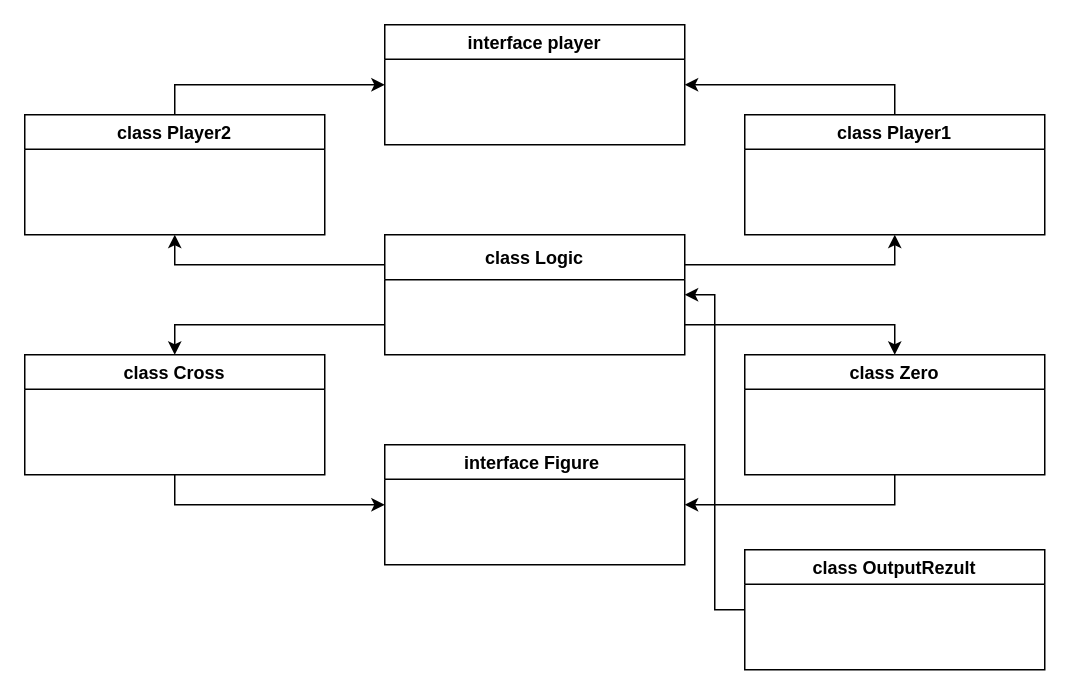
Dm-prog/job4j_design keeps this draw.io diagram as Крестики-нолики.drawio. Above is the earlier version. Source tidied: cells renumbered, new cells numbered last; positions are measured from the earlier drawing's top-left corner, leaving out a move shared by most shapes. Both pictures are drawn from the tidied source at 150%, with x=0, y=0 at pixel (24, 24).
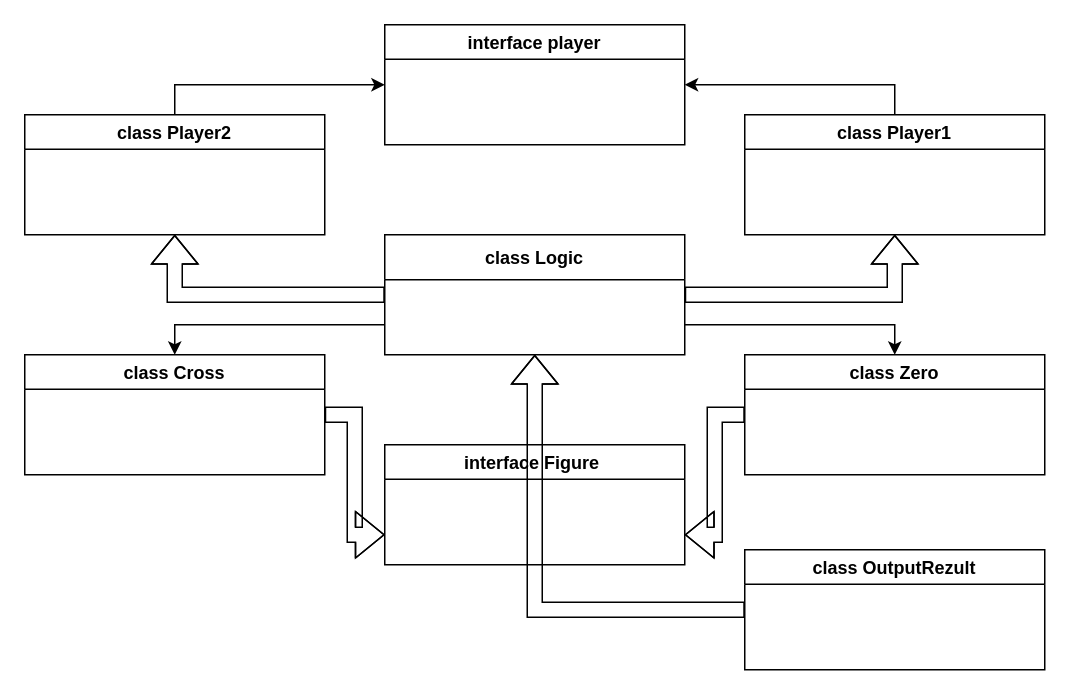
The same page after the edit.

What changed in the source:
```diff
@@
 <mxGraphModel>
   <root>
     <mxCell id="0" />
     <mxCell id="1" parent="0" />
     <mxCell id="2" value="interface player" style="swimlane;align=center;" parent="1" vertex="1">
       <mxGeometry x="240" width="200" height="80" as="geometry" />
     </mxCell>
     <mxCell id="3" style="edgeStyle=orthogonalEdgeStyle;rounded=0;jettySize=auto;html=1;exitX=0.5;exitY=0;exitDx=0;exitDy=0;entryX=1;entryY=0.5;entryDx=0;entryDy=0;" parent="1" edge="1" source="4" target="2">
       <mxGeometry relative="1" as="geometry" />
     </mxCell>
     <mxCell id="4" value="class Player1" style="swimlane;align=center;" parent="1" vertex="1">
       <mxGeometry x="480" y="60" width="200" height="80" as="geometry" />
     </mxCell>
     <mxCell id="5" style="edgeStyle=orthogonalEdgeStyle;rounded=0;jettySize=auto;html=1;exitX=0.5;exitY=0;exitDx=0;exitDy=0;entryX=0;entryY=0.5;entryDx=0;entryDy=0;" parent="1" edge="1" source="6" target="2">
       <mxGeometry relative="1" as="geometry" />
     </mxCell>
     <mxCell id="6" value="class Player2" style="swimlane;align=center;" parent="1" vertex="1">
       <mxGeometry y="60" width="200" height="80" as="geometry" />
     </mxCell>
-    <mxCell id="7" style="edgeStyle=orthogonalEdgeStyle;rounded=0;jettySize=auto;html=1;exitX=1;exitY=0.25;exitDx=0;exitDy=0;entryX=0.5;entryY=1;entryDx=0;entryDy=0;" parent="1" edge="1" source="11" target="4">
-      <mxGeometry relative="1" as="geometry" />
-    </mxCell>
-    <mxCell id="8" style="edgeStyle=orthogonalEdgeStyle;rounded=0;jettySize=auto;html=1;exitX=0;exitY=0.25;exitDx=0;exitDy=0;entryX=0.5;entryY=1;entryDx=0;entryDy=0;" parent="1" edge="1" source="11" target="6">
-      <mxGeometry relative="1" as="geometry" />
-    </mxCell>
     <mxCell id="9" style="edgeStyle=orthogonalEdgeStyle;rounded=0;jettySize=auto;html=1;exitX=0;exitY=0.75;exitDx=0;exitDy=0;entryX=0.5;entryY=0;entryDx=0;entryDy=0;" parent="1" edge="1" source="11" target="13">
       <mxGeometry relative="1" as="geometry" />
     </mxCell>
     <mxCell id="10" style="edgeStyle=orthogonalEdgeStyle;rounded=0;jettySize=auto;html=1;exitX=1;exitY=0.75;exitDx=0;exitDy=0;entryX=0.5;entryY=0;entryDx=0;entryDy=0;" parent="1" edge="1" source="11" target="15">
       <mxGeometry relative="1" as="geometry" />
     </mxCell>
+    <mxCell id="8" style="edgeStyle=orthogonalEdgeStyle;shape=flexArrow;rounded=0;jettySize=auto;html=1;exitX=0;exitY=0.5;exitDx=0;exitDy=0;entryX=0.5;entryY=1;entryDx=0;entryDy=0;" parent="1" edge="1" source="11" target="6">
+      <mxGeometry relative="1" as="geometry" />
+    </mxCell>
+    <mxCell id="7" style="edgeStyle=orthogonalEdgeStyle;shape=flexArrow;rounded=0;jettySize=auto;html=1;entryX=0.5;entryY=1;entryDx=0;entryDy=0;" parent="1" edge="1" source="11" target="4">
+      <mxGeometry relative="1" as="geometry" />
+    </mxCell>
     <mxCell id="11" value="class Logic" style="swimlane;fontSize=12;align=center;startSize=30;" parent="1" vertex="1">
       <mxGeometry x="240" y="140" width="200" height="80" as="geometry" />
     </mxCell>
-    <mxCell id="12" style="edgeStyle=orthogonalEdgeStyle;rounded=0;jettySize=auto;html=1;exitX=0.5;exitY=1;exitDx=0;exitDy=0;entryX=0;entryY=0.5;entryDx=0;entryDy=0;" parent="1" edge="1" source="13" target="16">
+    <mxCell id="12" style="edgeStyle=orthogonalEdgeStyle;shape=flexArrow;rounded=0;jettySize=auto;html=1;entryX=0;entryY=0.75;entryDx=0;entryDy=0;" parent="1" edge="1" source="13" target="16">
       <mxGeometry relative="1" as="geometry" />
     </mxCell>
     <mxCell id="13" value="class Cross" style="swimlane;fontSize=12;align=center;" parent="1" vertex="1">
       <mxGeometry y="220" width="200" height="80" as="geometry" />
     </mxCell>
-    <mxCell id="14" style="edgeStyle=orthogonalEdgeStyle;rounded=0;jettySize=auto;html=1;exitX=0.5;exitY=1;exitDx=0;exitDy=0;entryX=1;entryY=0.5;entryDx=0;entryDy=0;" parent="1" edge="1" source="15" target="16">
+    <mxCell id="14" style="edgeStyle=orthogonalEdgeStyle;shape=flexArrow;rounded=0;jettySize=auto;html=1;entryX=1;entryY=0.75;entryDx=0;entryDy=0;" parent="1" edge="1" source="15" target="16">
       <mxGeometry relative="1" as="geometry" />
     </mxCell>
     <mxCell id="15" value="class Zero" style="swimlane;fontSize=12;align=center;" parent="1" vertex="1">
       <mxGeometry x="480" y="220" width="200" height="80" as="geometry" />
     </mxCell>
     <mxCell id="16" value="interface Figure " style="swimlane;fontSize=12;align=center;" parent="1" vertex="1">
       <mxGeometry x="240" y="280" width="200" height="80" as="geometry" />
     </mxCell>
-    <mxCell id="17" style="edgeStyle=orthogonalEdgeStyle;rounded=0;jettySize=auto;html=1;entryX=1;entryY=0.5;entryDx=0;entryDy=0;" parent="1" edge="1" source="18" target="11">
+    <mxCell id="17" style="edgeStyle=orthogonalEdgeStyle;shape=flexArrow;rounded=0;jettySize=auto;html=1;entryX=0.5;entryY=1;entryDx=0;entryDy=0;" parent="1" edge="1" source="18" target="11">
       <mxGeometry relative="1" as="geometry" />
     </mxCell>
     <mxCell id="18" value="class OutputRezult" style="swimlane;" parent="1" vertex="1">
       <mxGeometry x="480" y="350" width="200" height="80" as="geometry" />
     </mxCell>
   </root>
 </mxGraphModel>
```
